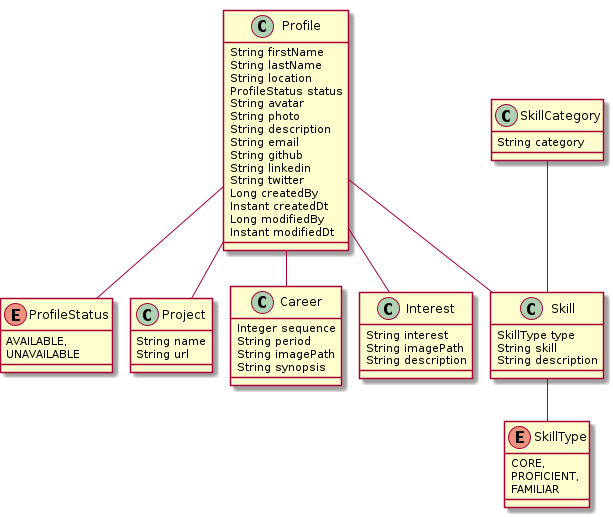
This is jhipster-developer-portfolio.png from RatJuggler/jhipster-jdl, a PlantUML export, as it was before one commit.
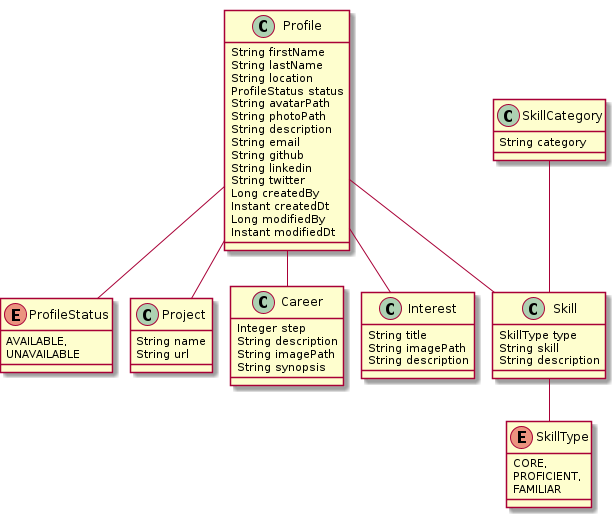
The same diagram one commit later.

Commit message:
Improve attribute naming.

What changed in the source:
```diff
@@ -6,8 +6,8 @@
 		String lastName
 		String location
 		ProfileStatus status
-		String avatar
-		String photo
+		String avatarPath
+		String photoPath
 		String description
 		String email
 		String github
@@ -42,13 +42,13 @@
 		String category
 	}
 	class Career  {
-		Integer sequence
-		String period
+		Integer step
+		String description
 		String imagePath
 		String synopsis
 	}
 	class Interest  {
-		String interest
+		String title
 		String imagePath
 		String description
 	}
```
